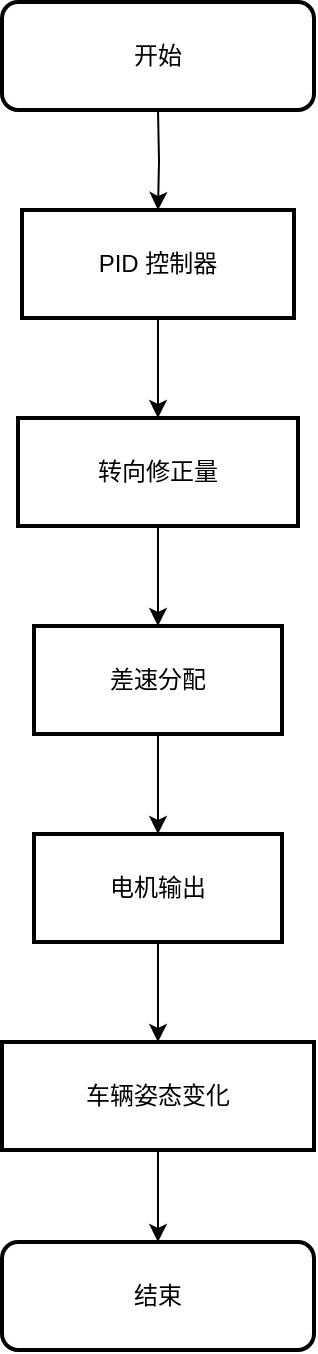
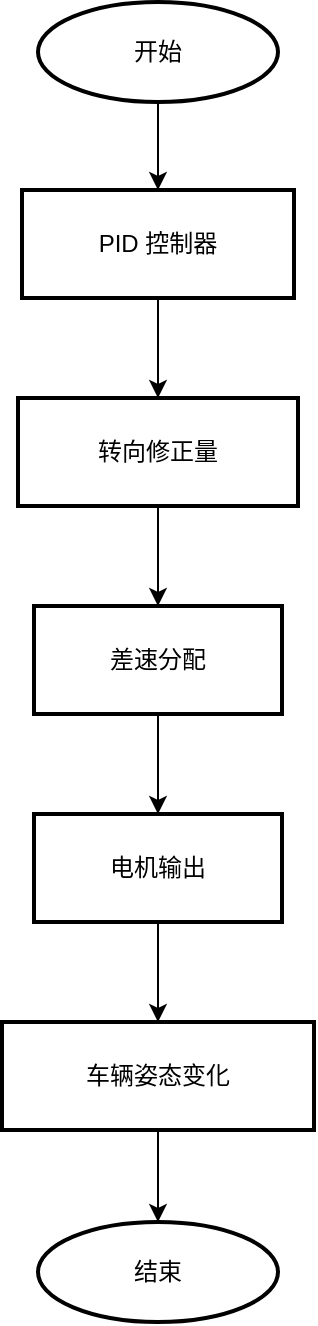
<mxfile host="app.diagrams.net">
  <diagram name="第 1 页" id="bfATaVGsV1DN1ViiIpps">
-     <mxGraphModel dx="1347" dy="753" grid="1" gridSize="10" guides="1" tooltips="1" connect="1" arrows="1" fold="1" page="1" pageScale="1" pageWidth="827" pageHeight="1169" math="0" shadow="0">
+     <mxGraphModel dx="1664" dy="931" grid="1" gridSize="10" guides="1" tooltips="1" connect="1" arrows="1" fold="1" page="1" pageScale="1" pageWidth="827" pageHeight="1169" math="0" shadow="0">
      <root>
        <mxCell id="0" />
        <mxCell id="1" parent="0" />
-         <mxCell id="Zaa9Ob1RF6DUEDw_Cv76-15" edge="1" parent="1" style="edgeStyle=orthogonalEdgeStyle;rounded=0;orthogonalLoop=1;jettySize=auto;html=1;" target="Zaa9Ob1RF6DUEDw_Cv76-2" value="">
-           <mxGeometry relative="1" as="geometry">
-             <mxPoint x="97.99999999999989" y="74" as="sourcePoint" />
-           </mxGeometry>
-         </mxCell>
        <mxCell id="Zaa9Ob1RF6DUEDw_Cv76-16" edge="1" parent="1" source="Zaa9Ob1RF6DUEDw_Cv76-2" style="edgeStyle=orthogonalEdgeStyle;rounded=0;orthogonalLoop=1;jettySize=auto;html=1;" target="Zaa9Ob1RF6DUEDw_Cv76-3" value="">
          <mxGeometry relative="1" as="geometry" />
        </mxCell>
        <mxCell id="Zaa9Ob1RF6DUEDw_Cv76-2" parent="1" style="whiteSpace=wrap;strokeWidth=2;fillColor=none;" value="PID 控制器" vertex="1">
          <mxGeometry height="54" width="136" x="30" y="124" as="geometry" />
        </mxCell>
        <mxCell id="Zaa9Ob1RF6DUEDw_Cv76-17" edge="1" parent="1" source="Zaa9Ob1RF6DUEDw_Cv76-3" style="edgeStyle=orthogonalEdgeStyle;rounded=0;orthogonalLoop=1;jettySize=auto;html=1;" target="Zaa9Ob1RF6DUEDw_Cv76-4" value="">
          <mxGeometry relative="1" as="geometry" />
        </mxCell>
        <mxCell id="Zaa9Ob1RF6DUEDw_Cv76-3" parent="1" style="whiteSpace=wrap;strokeWidth=2;fillColor=none;" value="转向修正量" vertex="1">
          <mxGeometry height="54" width="140" x="28" y="228" as="geometry" />
        </mxCell>
        <mxCell id="Zaa9Ob1RF6DUEDw_Cv76-18" edge="1" parent="1" source="Zaa9Ob1RF6DUEDw_Cv76-4" style="edgeStyle=orthogonalEdgeStyle;rounded=0;orthogonalLoop=1;jettySize=auto;html=1;" target="Zaa9Ob1RF6DUEDw_Cv76-5" value="">
          <mxGeometry relative="1" as="geometry" />
        </mxCell>
        <mxCell id="Zaa9Ob1RF6DUEDw_Cv76-4" parent="1" style="whiteSpace=wrap;strokeWidth=2;fillColor=none;" value="差速分配" vertex="1">
          <mxGeometry height="54" width="124" x="36" y="332" as="geometry" />
        </mxCell>
        <mxCell id="Zaa9Ob1RF6DUEDw_Cv76-19" edge="1" parent="1" source="Zaa9Ob1RF6DUEDw_Cv76-5" style="edgeStyle=orthogonalEdgeStyle;rounded=0;orthogonalLoop=1;jettySize=auto;html=1;" target="Zaa9Ob1RF6DUEDw_Cv76-6" value="">
          <mxGeometry relative="1" as="geometry" />
        </mxCell>
        <mxCell id="Zaa9Ob1RF6DUEDw_Cv76-5" parent="1" style="whiteSpace=wrap;strokeWidth=2;fillColor=none;" value="电机输出" vertex="1">
          <mxGeometry height="54" width="124" x="36" y="436" as="geometry" />
        </mxCell>
-         <mxCell id="aCIFvJvuAnSYRHjGHSv0-3" edge="1" parent="1" source="Zaa9Ob1RF6DUEDw_Cv76-6" style="edgeStyle=orthogonalEdgeStyle;rounded=0;orthogonalLoop=1;jettySize=auto;html=1;" target="aCIFvJvuAnSYRHjGHSv0-2" value="">
-           <mxGeometry relative="1" as="geometry" />
+         <mxCell id="aCIFvJvuAnSYRHjGHSv0-3" edge="1" parent="1" source="Zaa9Ob1RF6DUEDw_Cv76-6" style="edgeStyle=orthogonalEdgeStyle;rounded=0;orthogonalLoop=1;jettySize=auto;html=1;" value="">
+           <mxGeometry relative="1" as="geometry">
+             <mxPoint x="98" y="640" as="targetPoint" />
+           </mxGeometry>
        </mxCell>
        <mxCell id="Zaa9Ob1RF6DUEDw_Cv76-6" parent="1" style="whiteSpace=wrap;strokeWidth=2;fillColor=none;" value="车辆姿态变化" vertex="1">
          <mxGeometry height="54" width="156" x="20" y="540" as="geometry" />
        </mxCell>
-         <mxCell id="aCIFvJvuAnSYRHjGHSv0-1" parent="1" style="rounded=1;whiteSpace=wrap;html=1;fillColor=none;strokeWidth=2;" value="开始" vertex="1">
-           <mxGeometry height="54" width="156" x="20" y="20" as="geometry" />
+         <mxCell id="Wkbcp2Wtn8YaJhAVBvvt-3" edge="1" parent="1" source="Wkbcp2Wtn8YaJhAVBvvt-1" style="edgeStyle=orthogonalEdgeStyle;rounded=0;orthogonalLoop=1;jettySize=auto;html=1;" target="Zaa9Ob1RF6DUEDw_Cv76-2" value="">
+           <mxGeometry relative="1" as="geometry" />
        </mxCell>
-         <mxCell id="aCIFvJvuAnSYRHjGHSv0-2" parent="1" style="rounded=1;whiteSpace=wrap;html=1;fillColor=none;strokeWidth=2;" value="结束" vertex="1">
-           <mxGeometry height="54" width="156" x="20" y="640" as="geometry" />
+         <mxCell id="Wkbcp2Wtn8YaJhAVBvvt-1" parent="1" style="strokeWidth=2;html=1;shape=mxgraph.flowchart.start_1;whiteSpace=wrap;fillColor=none;" value="开始" vertex="1">
+           <mxGeometry height="50" width="120" x="38" y="30" as="geometry" />
+         </mxCell>
+         <mxCell id="Wkbcp2Wtn8YaJhAVBvvt-4" parent="1" style="strokeWidth=2;html=1;shape=mxgraph.flowchart.start_1;whiteSpace=wrap;fillColor=none;" value="结束" vertex="1">
+           <mxGeometry height="50" width="120" x="38" y="640" as="geometry" />
        </mxCell>
      </root>
    </mxGraphModel>
  </diagram>
</mxfile>
